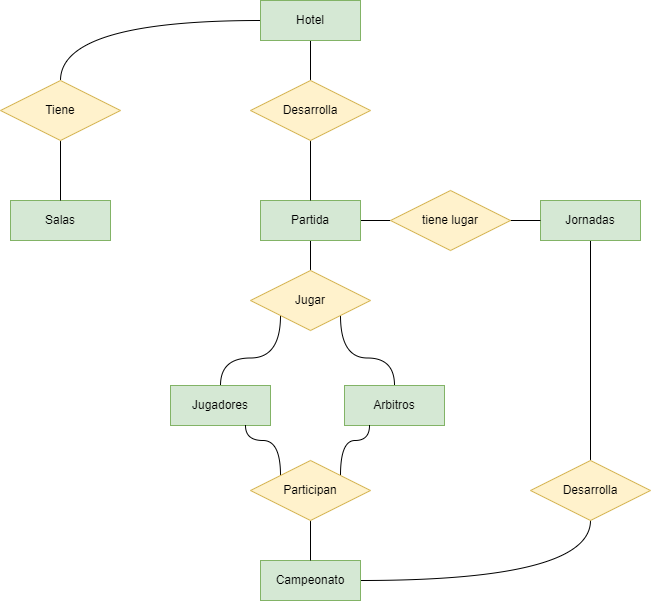
Above: Unidad-1/Tareas/Tarea-evaluable2/tarea_evaluable2.drawio.png in jdrguez/2-Daw (draw.io), before the change. Source tidied: cells renumbered, new cells last; positions are measured from the earlier drawing's top-left corner, leaving out a move shared by most shapes.
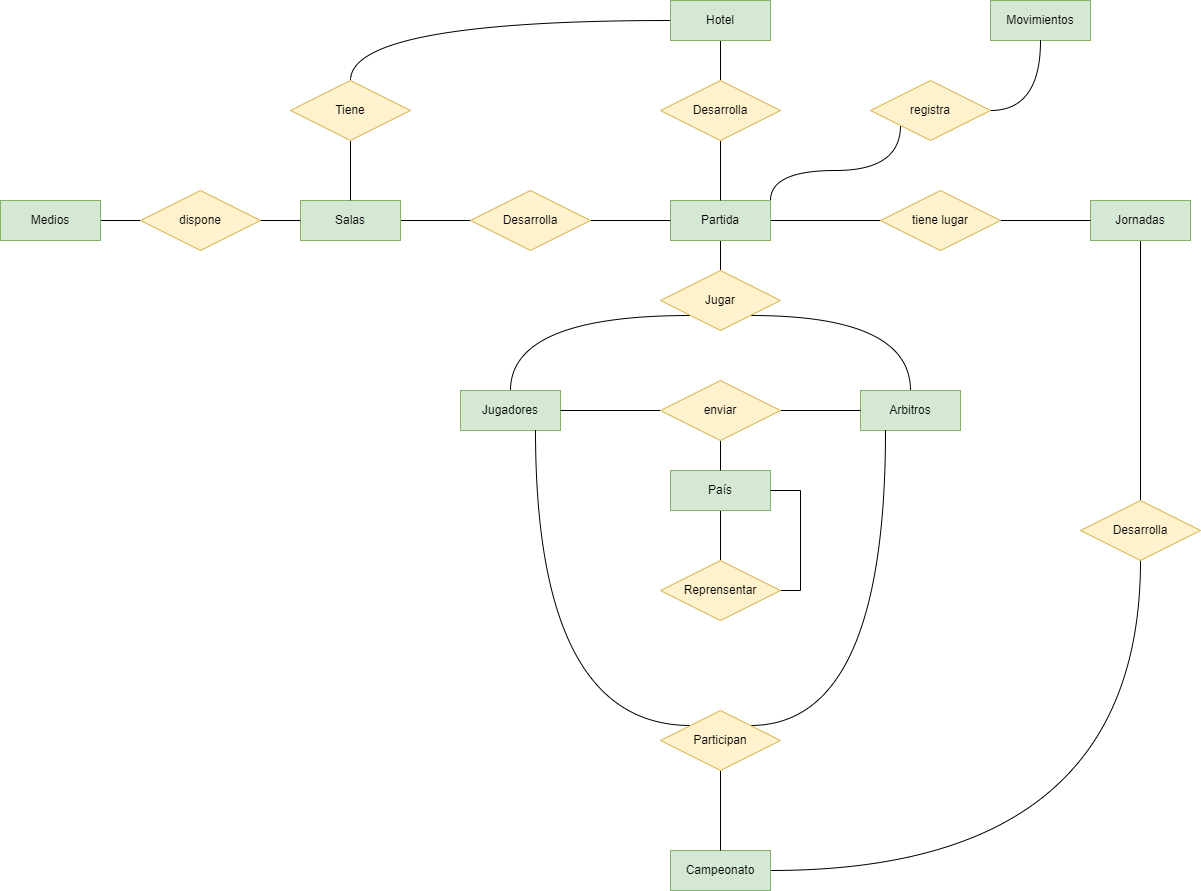
Later version of the same file.

The edit, as a diff of the source:
```diff
@@ -8,6 +8,9 @@
     <mxCell id="3" style="edgeStyle=orthogonalEdgeStyle;rounded=0;jettySize=auto;html=1;exitX=1;exitY=0.5;exitDx=0;exitDy=0;entryX=0;entryY=0.5;entryDx=0;entryDy=0;endArrow=none;endFill=0;" parent="1" edge="1" source="4" target="25">
       <mxGeometry relative="1" as="geometry" />
     </mxCell>
+    <mxCell id="29" style="edgeStyle=orthogonalEdgeStyle;rounded=0;jettySize=auto;html=1;exitX=1;exitY=0;exitDx=0;exitDy=0;entryX=0;entryY=1;entryDx=0;entryDy=0;endArrow=none;endFill=0;curved=1;" parent="1" edge="1" source="4" target="47">
+      <mxGeometry relative="1" as="geometry" />
+    </mxCell>
     <mxCell id="4" value="Partida" style="whiteSpace=wrap;html=1;align=center;fillColor=#d5e8d4;strokeColor=#82b366;" parent="1" vertex="1">
       <mxGeometry x="260" y="200" width="100" height="40" as="geometry" />
     </mxCell>
@@ -21,10 +24,10 @@
       <mxGeometry x="250" y="270" width="120" height="60" as="geometry" />
     </mxCell>
     <mxCell id="8" value="Jugadores" style="whiteSpace=wrap;html=1;align=center;fillColor=#d5e8d4;strokeColor=#82b366;" parent="1" vertex="1">
-      <mxGeometry x="170" y="385" width="100" height="40" as="geometry" />
+      <mxGeometry x="50" y="390" width="100" height="40" as="geometry" />
     </mxCell>
     <mxCell id="9" value="Arbitros" style="whiteSpace=wrap;html=1;align=center;fillColor=#d5e8d4;strokeColor=#82b366;" parent="1" vertex="1">
-      <mxGeometry x="344" y="385" width="100" height="40" as="geometry" />
+      <mxGeometry x="450" y="390" width="100" height="40" as="geometry" />
     </mxCell>
     <mxCell id="10" style="edgeStyle=orthogonalEdgeStyle;rounded=0;jettySize=auto;html=1;exitX=0.5;exitY=1;exitDx=0;exitDy=0;entryX=0.5;entryY=0;entryDx=0;entryDy=0;endArrow=none;endFill=0;" parent="1" edge="1" source="12" target="14">
       <mxGeometry relative="1" as="geometry" />
@@ -45,7 +48,7 @@
       <mxGeometry relative="1" as="geometry" />
     </mxCell>
     <mxCell id="16" value="Campeonato" style="whiteSpace=wrap;html=1;align=center;fillColor=#d5e8d4;strokeColor=#82b366;" parent="1" vertex="1">
-      <mxGeometry x="260" y="560" width="100" height="40" as="geometry" />
+      <mxGeometry x="260" y="850" width="100" height="40" as="geometry" />
     </mxCell>
     <mxCell id="17" style="edgeStyle=orthogonalEdgeStyle;rounded=0;jettySize=auto;html=1;exitX=1;exitY=0;exitDx=0;exitDy=0;entryX=0.25;entryY=1;entryDx=0;entryDy=0;endArrow=none;endFill=0;curved=1;" parent="1" edge="1" source="20" target="9">
       <mxGeometry relative="1" as="geometry" />
@@ -57,31 +60,85 @@
       <mxGeometry relative="1" as="geometry" />
     </mxCell>
     <mxCell id="20" value="Participan" style="shape=rhombus;perimeter=rhombusPerimeter;whiteSpace=wrap;html=1;align=center;fillColor=#fff2cc;strokeColor=#d6b656;" parent="1" vertex="1">
-      <mxGeometry x="250" y="460" width="120" height="60" as="geometry" />
+      <mxGeometry x="250" y="710" width="120" height="60" as="geometry" />
     </mxCell>
     <mxCell id="21" style="edgeStyle=orthogonalEdgeStyle;rounded=0;jettySize=auto;html=1;exitX=0.5;exitY=0;exitDx=0;exitDy=0;endArrow=none;endFill=0;" parent="1" edge="1" source="22" target="23">
       <mxGeometry relative="1" as="geometry" />
     </mxCell>
     <mxCell id="22" value="Desarrolla" style="shape=rhombus;perimeter=rhombusPerimeter;whiteSpace=wrap;html=1;align=center;fillColor=#fff2cc;strokeColor=#d6b656;" parent="1" vertex="1">
-      <mxGeometry x="530" y="460" width="120" height="60" as="geometry" />
+      <mxGeometry x="670" y="500" width="120" height="60" as="geometry" />
     </mxCell>
     <mxCell id="23" value="Jornadas" style="whiteSpace=wrap;html=1;align=center;fillColor=#d5e8d4;strokeColor=#82b366;" parent="1" vertex="1">
-      <mxGeometry x="540" y="200" width="100" height="40" as="geometry" />
+      <mxGeometry x="680" y="200" width="100" height="40" as="geometry" />
     </mxCell>
     <mxCell id="24" style="edgeStyle=orthogonalEdgeStyle;rounded=0;jettySize=auto;html=1;exitX=1;exitY=0.5;exitDx=0;exitDy=0;entryX=0;entryY=0.5;entryDx=0;entryDy=0;endArrow=none;endFill=0;" parent="1" edge="1" source="25" target="23">
       <mxGeometry relative="1" as="geometry" />
     </mxCell>
     <mxCell id="25" value="tiene lugar" style="shape=rhombus;perimeter=rhombusPerimeter;whiteSpace=wrap;html=1;align=center;fillColor=#fff2cc;strokeColor=#d6b656;" parent="1" vertex="1">
-      <mxGeometry x="390" y="190" width="120" height="60" as="geometry" />
+      <mxGeometry x="470" y="190" width="120" height="60" as="geometry" />
     </mxCell>
+    <mxCell id="30" style="edgeStyle=orthogonalEdgeStyle;rounded=0;jettySize=auto;html=1;exitX=1;exitY=0.5;exitDx=0;exitDy=0;entryX=0;entryY=0.5;entryDx=0;entryDy=0;endArrow=none;endFill=0;" parent="1" edge="1" source="26" target="32">
+      <mxGeometry relative="1" as="geometry" />
+    </mxCell>
     <mxCell id="26" value="Salas" style="whiteSpace=wrap;html=1;align=center;fillColor=#d5e8d4;strokeColor=#82b366;" parent="1" vertex="1">
-      <mxGeometry x="10" y="200" width="100" height="40" as="geometry" />
+      <mxGeometry x="-110" y="200" width="100" height="40" as="geometry" />
     </mxCell>
     <mxCell id="27" style="edgeStyle=orthogonalEdgeStyle;rounded=0;jettySize=auto;html=1;exitX=0.5;exitY=1;exitDx=0;exitDy=0;entryX=0.5;entryY=0;entryDx=0;entryDy=0;endArrow=none;endFill=0;" parent="1" edge="1" source="28" target="26">
       <mxGeometry relative="1" as="geometry" />
     </mxCell>
     <mxCell id="28" value="Tiene" style="shape=rhombus;perimeter=rhombusPerimeter;whiteSpace=wrap;html=1;align=center;fillColor=#fff2cc;strokeColor=#d6b656;" parent="1" vertex="1">
-      <mxGeometry y="80" width="120" height="60" as="geometry" />
+      <mxGeometry x="-120" y="80" width="120" height="60" as="geometry" />
     </mxCell>
+    <mxCell id="31" style="edgeStyle=orthogonalEdgeStyle;rounded=0;jettySize=auto;html=1;exitX=1;exitY=0.5;exitDx=0;exitDy=0;entryX=0;entryY=0.5;entryDx=0;entryDy=0;endArrow=none;endFill=0;" parent="1" edge="1" source="32" target="4">
+      <mxGeometry relative="1" as="geometry" />
+    </mxCell>
+    <mxCell id="32" value="Desarrolla" style="shape=rhombus;perimeter=rhombusPerimeter;whiteSpace=wrap;html=1;align=center;fillColor=#fff2cc;strokeColor=#d6b656;" parent="1" vertex="1">
+      <mxGeometry x="60" y="190" width="120" height="60" as="geometry" />
+    </mxCell>
+    <mxCell id="33" style="edgeStyle=orthogonalEdgeStyle;rounded=0;jettySize=auto;html=1;exitX=1;exitY=0.5;exitDx=0;exitDy=0;entryX=0;entryY=0.5;entryDx=0;entryDy=0;endArrow=none;endFill=0;" parent="1" edge="1" source="34" target="36">
+      <mxGeometry relative="1" as="geometry" />
+    </mxCell>
+    <mxCell id="34" value="Medios" style="whiteSpace=wrap;html=1;align=center;fillColor=#d5e8d4;strokeColor=#82b366;" parent="1" vertex="1">
+      <mxGeometry x="-410" y="200" width="100" height="40" as="geometry" />
+    </mxCell>
+    <mxCell id="35" style="edgeStyle=orthogonalEdgeStyle;rounded=0;jettySize=auto;html=1;exitX=1;exitY=0.5;exitDx=0;exitDy=0;entryX=0;entryY=0.5;entryDx=0;entryDy=0;endArrow=none;endFill=0;" parent="1" edge="1" source="36" target="26">
+      <mxGeometry relative="1" as="geometry" />
+    </mxCell>
+    <mxCell id="36" value="dispone" style="shape=rhombus;perimeter=rhombusPerimeter;whiteSpace=wrap;html=1;align=center;fillColor=#fff2cc;strokeColor=#d6b656;" parent="1" vertex="1">
+      <mxGeometry x="-270" y="190" width="120" height="60" as="geometry" />
+    </mxCell>
+    <mxCell id="37" style="edgeStyle=orthogonalEdgeStyle;rounded=0;jettySize=auto;html=1;exitX=0.5;exitY=1;exitDx=0;exitDy=0;entryX=0.5;entryY=0;entryDx=0;entryDy=0;endArrow=none;endFill=0;" parent="1" edge="1" source="38" target="44">
+      <mxGeometry relative="1" as="geometry" />
+    </mxCell>
+    <mxCell id="38" value="País" style="whiteSpace=wrap;html=1;align=center;fillColor=#d5e8d4;strokeColor=#82b366;" parent="1" vertex="1">
+      <mxGeometry x="260" y="470" width="100" height="40" as="geometry" />
+    </mxCell>
+    <mxCell id="39" style="edgeStyle=orthogonalEdgeStyle;rounded=0;jettySize=auto;html=1;exitX=0;exitY=0.5;exitDx=0;exitDy=0;entryX=1;entryY=0.5;entryDx=0;entryDy=0;endArrow=none;endFill=0;" parent="1" edge="1" source="42" target="8">
+      <mxGeometry relative="1" as="geometry" />
+    </mxCell>
+    <mxCell id="40" style="edgeStyle=orthogonalEdgeStyle;rounded=0;jettySize=auto;html=1;exitX=1;exitY=0.5;exitDx=0;exitDy=0;entryX=0;entryY=0.5;entryDx=0;entryDy=0;endArrow=none;endFill=0;" parent="1" edge="1" source="42" target="9">
+      <mxGeometry relative="1" as="geometry" />
+    </mxCell>
+    <mxCell id="41" style="edgeStyle=orthogonalEdgeStyle;rounded=0;jettySize=auto;html=1;exitX=0.5;exitY=1;exitDx=0;exitDy=0;entryX=0.5;entryY=0;entryDx=0;entryDy=0;endArrow=none;endFill=0;" parent="1" edge="1" source="42" target="38">
+      <mxGeometry relative="1" as="geometry" />
+    </mxCell>
+    <mxCell id="42" value="enviar" style="shape=rhombus;perimeter=rhombusPerimeter;whiteSpace=wrap;html=1;align=center;fillColor=#fff2cc;strokeColor=#d6b656;" parent="1" vertex="1">
+      <mxGeometry x="250" y="380" width="120" height="60" as="geometry" />
+    </mxCell>
+    <mxCell id="43" style="edgeStyle=orthogonalEdgeStyle;rounded=0;jettySize=auto;html=1;exitX=1;exitY=0.5;exitDx=0;exitDy=0;entryX=1;entryY=0.5;entryDx=0;entryDy=0;endArrow=none;endFill=0;" parent="1" edge="1" source="44" target="38">
+      <mxGeometry relative="1" as="geometry" />
+    </mxCell>
+    <mxCell id="44" value="Reprensentar" style="shape=rhombus;perimeter=rhombusPerimeter;whiteSpace=wrap;html=1;align=center;fillColor=#fff2cc;strokeColor=#d6b656;" parent="1" vertex="1">
+      <mxGeometry x="250" y="560" width="120" height="60" as="geometry" />
+    </mxCell>
+    <mxCell id="45" value="Movimientos" style="whiteSpace=wrap;html=1;align=center;fillColor=#d5e8d4;strokeColor=#82b366;" parent="1" vertex="1">
+      <mxGeometry x="580" width="100" height="40" as="geometry" />
+    </mxCell>
+    <mxCell id="46" style="edgeStyle=orthogonalEdgeStyle;rounded=0;jettySize=auto;html=1;exitX=1;exitY=0.5;exitDx=0;exitDy=0;entryX=0.5;entryY=1;entryDx=0;entryDy=0;endArrow=none;endFill=0;curved=1;" parent="1" edge="1" source="47" target="45">
+      <mxGeometry relative="1" as="geometry" />
+    </mxCell>
+    <mxCell id="47" value="registra" style="shape=rhombus;perimeter=rhombusPerimeter;whiteSpace=wrap;html=1;align=center;fillColor=#fff2cc;strokeColor=#d6b656;" parent="1" vertex="1">
+      <mxGeometry x="460" y="80" width="120" height="60" as="geometry" />
+    </mxCell>
   </root>
 </mxGraphModel>
```
